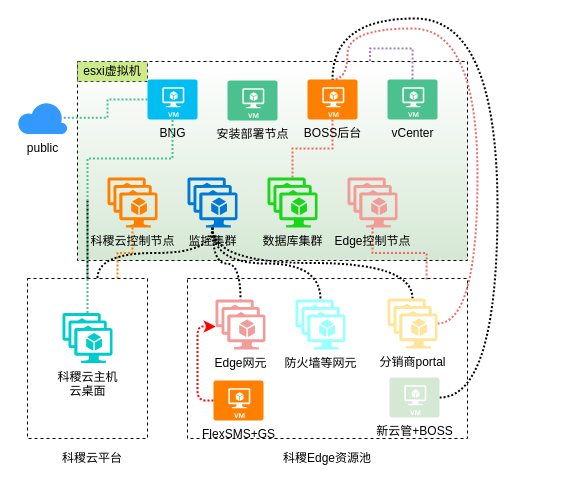
The draw.io diagram draw.io/xml/科稷资源分布图.drawio in LiuLarry/Learn, before the edit. Source tidied: cells renumbered, new cells numbered last; positions are measured from the earlier drawing's top-left corner, leaving out a move shared by most shapes. Both pictures are drawn from the tidied source at 100%, with x=0, y=0 at pixel (17, 18).
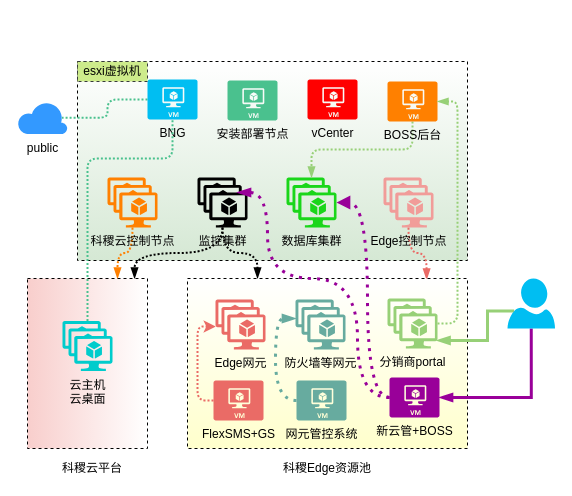
After the change.

Commit message:
更新科稷资源分布图.drawio

Unchanged cells that the change refers to:
```xml
<mxCell id="2" style="rounded=0;whiteSpace=wrap;html=1;dashed=1;fillColor=#ffffff;gradientColor=#D5E8D4;" parent="1" vertex="1">
  <mxGeometry x="60" y="43" width="390" height="199" as="geometry" />
</mxCell>
<mxCell id="4" value="科稷云控制节点" style="shadow=0;dashed=0;html=1;strokeColor=none;labelPosition=center;verticalLabelPosition=bottom;verticalAlign=top;align=center;shape=mxgraph.mscae.cloud.vm_scale_set;fillColor=#FF8000;" parent="1" vertex="1">
  <mxGeometry x="90" y="159" width="50" height="50" as="geometry" />
</mxCell>
<mxCell id="9" value="BNG" style="verticalLabelPosition=bottom;html=1;verticalAlign=top;align=center;strokeColor=none;fillColor=#00BEF2;shape=mxgraph.azure.virtual_machine;dashed=1;" parent="1" vertex="1">
  <mxGeometry x="130" y="61" width="50" height="40" as="geometry" />
</mxCell>
<mxCell id="26" value="public" style="verticalLabelPosition=bottom;html=1;verticalAlign=top;align=center;strokeColor=none;fillColor=#3399FF;shape=mxgraph.azure.cloud;dashed=1;" parent="1" vertex="1">
  <mxGeometry y="83" width="50" height="32.5" as="geometry" />
</mxCell>
```

The edit, as a diff of the source:
```diff
@@
-    <mxCell id="3" style="edgeStyle=orthogonalEdgeStyle;rounded=0;jettySize=auto;html=1;exitX=0.5;exitY=1;exitDx=0;exitDy=0;exitPerimeter=0;entryX=0.75;entryY=0;entryDx=0;entryDy=0;dashed=1;dashPattern=1 1;endArrow=none;endFill=0;strokeColor=#FF8000;strokeWidth=2;" parent="1" edge="1" source="4" target="20">
+    <mxCell id="3" style="edgeStyle=orthogonalEdgeStyle;rounded=0;jettySize=auto;html=1;exitX=0.5;exitY=1;exitDx=0;exitDy=0;exitPerimeter=0;entryX=0.75;entryY=0;entryDx=0;entryDy=0;dashed=1;dashPattern=1 1;endArrow=blockThin;endFill=1;strokeColor=#FF8000;strokeWidth=2;curved=1;" parent="1" edge="1" source="4" target="20">
       <mxGeometry relative="1" as="geometry" />
     </mxCell>
@@
-    <mxCell id="5" style="edgeStyle=orthogonalEdgeStyle;rounded=0;jettySize=auto;html=1;exitX=0.5;exitY=1;exitDx=0;exitDy=0;exitPerimeter=0;entryX=0.854;entryY=0.006;entryDx=0;entryDy=0;dashed=1;dashPattern=1 1;endArrow=none;endFill=0;strokeColor=#EA6B66;strokeWidth=2;entryPerimeter=0;" parent="1" edge="1" source="6" target="22">
+    <mxCell id="5" style="edgeStyle=orthogonalEdgeStyle;rounded=0;jettySize=auto;html=1;exitX=0.5;exitY=1;exitDx=0;exitDy=0;exitPerimeter=0;entryX=0.854;entryY=0.006;entryDx=0;entryDy=0;dashed=1;dashPattern=1 1;endArrow=blockThin;endFill=1;strokeColor=#EA6B66;strokeWidth=2;entryPerimeter=0;curved=1;" parent="1" edge="1" source="6" target="22">
       <mxGeometry relative="1" as="geometry" />
     </mxCell>
     <mxCell id="6" value="Edge控制节点" style="shadow=0;dashed=0;html=1;strokeColor=none;labelPosition=center;verticalLabelPosition=bottom;verticalAlign=top;align=center;shape=mxgraph.mscae.cloud.vm_scale_set;fillColor=#F19C99;" parent="1" vertex="1">
-      <mxGeometry x="330" y="159" width="50" height="50" as="geometry" />
+      <mxGeometry x="366" y="159" width="50" height="50" as="geometry" />
     </mxCell>
     <mxCell id="7" value="数据库集群" style="shadow=0;dashed=0;html=1;strokeColor=none;labelPosition=center;verticalLabelPosition=bottom;verticalAlign=top;align=center;shape=mxgraph.mscae.cloud.vm_scale_set;fillColor=#1AD61A;" parent="1" vertex="1">
-      <mxGeometry x="250" y="159" width="50" height="50" as="geometry" />
+      <mxGeometry x="269" y="159" width="50" height="50" as="geometry" />
     </mxCell>
-    <mxCell id="8" style="edgeStyle=orthogonalEdgeStyle;rounded=0;jettySize=auto;html=1;exitX=0;exitY=0.5;exitDx=0;exitDy=0;exitPerimeter=0;entryX=0.89;entryY=0.5;entryDx=0;entryDy=0;entryPerimeter=0;dashed=1;dashPattern=1 1;endArrow=none;endFill=0;strokeColor=#4AC18E;strokeWidth=2;" parent="1" edge="1" source="9" target="26">
+    <mxCell id="8" style="edgeStyle=orthogonalEdgeStyle;rounded=1;jettySize=auto;html=1;exitX=0;exitY=0.5;exitDx=0;exitDy=0;exitPerimeter=0;entryX=0.89;entryY=0.5;entryDx=0;entryDy=0;entryPerimeter=0;dashed=1;dashPattern=1 1;endArrow=none;endFill=0;strokeColor=#4AC18E;strokeWidth=2;" parent="1" edge="1" source="9" target="26">
       <mxGeometry relative="1" as="geometry" />
     </mxCell>
@@
-    <mxCell id="11" style="edgeStyle=orthogonalEdgeStyle;rounded=0;jettySize=auto;html=1;exitX=0.5;exitY=1;exitDx=0;exitDy=0;exitPerimeter=0;entryX=0.5;entryY=0;entryDx=0;entryDy=0;entryPerimeter=0;dashed=1;dashPattern=1 1;endArrow=none;endFill=0;strokeColor=#EA6B66;strokeWidth=2;" parent="1" edge="1" source="12" target="7">
+    <mxCell id="11" style="edgeStyle=orthogonalEdgeStyle;rounded=1;jettySize=auto;html=1;exitX=0.5;exitY=1;exitDx=0;exitDy=0;exitPerimeter=0;entryX=0.5;entryY=0;entryDx=0;entryDy=0;entryPerimeter=0;dashed=1;dashPattern=1 1;endArrow=blockThin;endFill=1;strokeColor=#97D077;strokeWidth=2;" parent="1" edge="1" source="12" target="7">
       <mxGeometry relative="1" as="geometry" />
     </mxCell>
     <mxCell id="12" value="BOSS后台" style="verticalLabelPosition=bottom;html=1;verticalAlign=top;align=center;strokeColor=none;fillColor=#FF8000;shape=mxgraph.azure.virtual_machine;dashed=1;" parent="1" vertex="1">
-      <mxGeometry x="290" y="61" width="50" height="40" as="geometry" />
+      <mxGeometry x="370" y="63" width="50" height="40" as="geometry" />
     </mxCell>
-    <mxCell id="13" style="edgeStyle=orthogonalEdgeStyle;curved=1;rounded=0;jettySize=auto;html=1;exitX=0.5;exitY=1;exitDx=0;exitDy=0;exitPerimeter=0;entryX=0.5;entryY=0;entryDx=0;entryDy=0;entryPerimeter=0;dashed=1;dashPattern=1 1;endArrow=none;endFill=0;strokeColor=#000000;strokeWidth=2;" parent="1" edge="1" source="17" target="31">
-      <mxGeometry relative="1" as="geometry" />
-    </mxCell>
-    <mxCell id="14" style="edgeStyle=orthogonalEdgeStyle;curved=1;rounded=0;jettySize=auto;html=1;exitX=0.5;exitY=1;exitDx=0;exitDy=0;exitPerimeter=0;entryX=0.5;entryY=0;entryDx=0;entryDy=0;entryPerimeter=0;dashed=1;dashPattern=1 1;endArrow=none;endFill=0;strokeColor=#000000;strokeWidth=2;" parent="1" edge="1" source="17" target="32">
+    <mxCell id="14" style="edgeStyle=orthogonalEdgeStyle;curved=1;rounded=0;jettySize=auto;html=1;exitX=0.5;exitY=1;exitDx=0;exitDy=0;exitPerimeter=0;dashed=1;dashPattern=1 1;endArrow=blockThin;endFill=1;strokeColor=#000000;strokeWidth=2;entryX=0.25;entryY=0;entryDx=0;entryDy=0;" parent="1" edge="1" source="17" target="22">
       <mxGeometry relative="1" as="geometry" />
     </mxCell>
-    <mxCell id="15" style="edgeStyle=orthogonalEdgeStyle;curved=1;rounded=0;jettySize=auto;html=1;exitX=0.5;exitY=1;exitDx=0;exitDy=0;exitPerimeter=0;entryX=0.5;entryY=0;entryDx=0;entryDy=0;entryPerimeter=0;dashed=1;dashPattern=1 1;endArrow=none;endFill=0;strokeColor=#000000;strokeWidth=2;" parent="1" edge="1" source="17" target="30">
-      <mxGeometry relative="1" as="geometry" />
-    </mxCell>
-    <mxCell id="16" style="edgeStyle=orthogonalEdgeStyle;curved=1;rounded=0;jettySize=auto;html=1;exitX=0.5;exitY=1;exitDx=0;exitDy=0;exitPerimeter=0;entryX=0.583;entryY=0;entryDx=0;entryDy=0;dashed=1;dashPattern=1 1;endArrow=none;endFill=0;strokeColor=#000000;strokeWidth=2;entryPerimeter=0;" parent="1" edge="1" source="17" target="20">
+    <mxCell id="16" style="edgeStyle=orthogonalEdgeStyle;curved=1;rounded=0;jettySize=auto;html=1;exitX=0.5;exitY=1;exitDx=0;exitDy=0;exitPerimeter=0;entryX=0.892;entryY=0;entryDx=0;entryDy=0;dashed=1;dashPattern=1 1;endArrow=blockThin;endFill=1;strokeColor=#000000;strokeWidth=2;entryPerimeter=0;" parent="1" edge="1" source="17" target="20">
       <mxGeometry relative="1" as="geometry" />
     </mxCell>
-    <mxCell id="17" value="监控集群" style="shadow=0;dashed=0;html=1;strokeColor=none;labelPosition=center;verticalLabelPosition=bottom;verticalAlign=top;align=center;shape=mxgraph.mscae.cloud.vm_scale_set;fillColor=#0079D6;" parent="1" vertex="1">
-      <mxGeometry x="170" y="159" width="50" height="50" as="geometry" />
+    <mxCell id="17" value="监控集群" style="shadow=0;dashed=0;html=1;strokeColor=none;labelPosition=center;verticalLabelPosition=bottom;verticalAlign=top;align=center;shape=mxgraph.mscae.cloud.vm_scale_set;fillColor=#000000;" parent="1" vertex="1">
+      <mxGeometry x="180" y="159" width="50" height="50" as="geometry" />
     </mxCell>
@@
-    <mxCell id="19" style="edgeStyle=orthogonalEdgeStyle;curved=1;rounded=0;jettySize=auto;html=1;dashed=1;dashPattern=1 1;endArrow=none;endFill=0;strokeColor=#000000;strokeWidth=2;" parent="1" edge="1" source="20">
-      <mxGeometry relative="1" as="geometry">
-        <mxPoint x="70" y="180" as="targetPoint" />
-      </mxGeometry>
-    </mxCell>
-    <mxCell id="20" style="rounded=0;whiteSpace=wrap;html=1;dashed=1;fillColor=none;" parent="1" vertex="1">
-      <mxGeometry x="10" y="260" width="120" height="160" as="geometry" />
+    <mxCell id="20" style="rounded=0;whiteSpace=wrap;html=1;dashed=1;fillColor=#ffffff;gradientColor=#F8CECC;gradientDirection=west;" parent="1" vertex="1">
+      <mxGeometry x="10" y="260" width="120" height="170" as="geometry" />
     </mxCell>
     <mxCell id="21" value="科稷云平台" style="text;html=1;strokeColor=none;fillColor=none;align=center;verticalAlign=middle;whiteSpace=wrap;rounded=0;dashed=1;" parent="1" vertex="1">
-      <mxGeometry x="40" y="430" width="70" height="20" as="geometry" />
+      <mxGeometry x="40" y="440" width="70" height="20" as="geometry" />
     </mxCell>
-    <mxCell id="22" style="rounded=0;whiteSpace=wrap;html=1;dashed=1;fillColor=none;" parent="1" vertex="1">
-      <mxGeometry x="170" y="260" width="280" height="160" as="geometry" />
+    <mxCell id="22" style="rounded=0;whiteSpace=wrap;html=1;dashed=1;fillColor=#ffffff;gradientColor=#FFFFCC;" parent="1" vertex="1">
+      <mxGeometry x="170" y="260" width="280" height="170" as="geometry" />
     </mxCell>
     <mxCell id="23" value="科稷Edge资源池" style="text;html=1;strokeColor=none;fillColor=none;align=center;verticalAlign=middle;whiteSpace=wrap;rounded=0;dashed=1;" parent="1" vertex="1">
-      <mxGeometry x="250" y="430" width="120" height="20" as="geometry" />
+      <mxGeometry x="250" y="440" width="120" height="20" as="geometry" />
     </mxCell>
-    <mxCell id="24" style="edgeStyle=orthogonalEdgeStyle;rounded=0;jettySize=auto;html=1;exitX=0.5;exitY=0;exitDx=0;exitDy=0;exitPerimeter=0;entryX=0.5;entryY=1;entryDx=0;entryDy=0;entryPerimeter=0;dashed=1;dashPattern=1 1;endArrow=none;endFill=0;strokeColor=#4AC18E;strokeWidth=2;" parent="1" edge="1" source="25" target="9">
+    <mxCell id="24" style="edgeStyle=orthogonalEdgeStyle;jettySize=auto;html=1;exitX=0.5;exitY=0;exitDx=0;exitDy=0;exitPerimeter=0;entryX=0.5;entryY=1;entryDx=0;entryDy=0;entryPerimeter=0;dashed=1;dashPattern=1 1;endArrow=none;endFill=0;strokeColor=#4AC18E;strokeWidth=2;rounded=1;" parent="1" edge="1" source="25" target="9">
       <mxGeometry relative="1" as="geometry">
         <Array as="points">
           <mxPoint x="70" y="140" />
           <mxPoint x="155" y="140" />
         </Array>
       </mxGeometry>
     </mxCell>
-    <mxCell id="25" value="科稷云主机&lt;br&gt;云桌面&lt;br&gt;" style="shadow=0;dashed=0;html=1;strokeColor=none;labelPosition=center;verticalLabelPosition=bottom;verticalAlign=top;align=center;shape=mxgraph.mscae.cloud.vm_scale_set;fillColor=#00CCCC;" parent="1" vertex="1">
-      <mxGeometry x="45" y="294.5" width="50" height="50" as="geometry" />
+    <mxCell id="25" value="云主机&lt;br&gt;云桌面&lt;br&gt;" style="shadow=0;dashed=0;html=1;strokeColor=none;labelPosition=center;verticalLabelPosition=bottom;verticalAlign=top;align=center;shape=mxgraph.mscae.cloud.vm_scale_set;fillColor=#00CCCC;" parent="1" vertex="1">
+      <mxGeometry x="45" y="302.5" width="50" height="50" as="geometry" />
     </mxCell>
@@
-    <mxCell id="27" style="edgeStyle=orthogonalEdgeStyle;rounded=0;jettySize=auto;html=1;exitX=0.5;exitY=0;exitDx=0;exitDy=0;exitPerimeter=0;entryX=0.75;entryY=0;entryDx=0;entryDy=0;dashed=1;dashPattern=1 1;endArrow=none;endFill=0;strokeColor=#A680B8;strokeWidth=2;" parent="1" edge="1" source="28" target="2">
-      <mxGeometry relative="1" as="geometry">
-        <Array as="points">
-          <mxPoint x="395" y="30" />
-          <mxPoint x="353" y="30" />
-        </Array>
-      </mxGeometry>
-    </mxCell>
-    <mxCell id="28" value="vCenter" style="verticalLabelPosition=bottom;html=1;verticalAlign=top;align=center;strokeColor=none;fillColor=#4AC18E;shape=mxgraph.azure.virtual_machine;dashed=1;" parent="1" vertex="1">
-      <mxGeometry x="370" y="61" width="50" height="40" as="geometry" />
+    <mxCell id="28" value="vCenter" style="verticalLabelPosition=bottom;html=1;verticalAlign=top;align=center;strokeColor=none;fillColor=#FF0000;shape=mxgraph.azure.virtual_machine;dashed=1;" parent="1" vertex="1">
+      <mxGeometry x="290" y="61" width="50" height="40" as="geometry" />
     </mxCell>
-    <mxCell id="29" style="edgeStyle=orthogonalEdgeStyle;rounded=0;jettySize=auto;html=1;exitX=1;exitY=0.5;exitDx=0;exitDy=0;exitPerimeter=0;entryX=0.5;entryY=0;entryDx=0;entryDy=0;entryPerimeter=0;dashed=1;dashPattern=1 1;endArrow=none;endFill=0;strokeColor=#EA6B66;strokeWidth=2;curved=1;" parent="1" edge="1" source="30" target="12">
+    <mxCell id="29" style="edgeStyle=orthogonalEdgeStyle;rounded=1;jettySize=auto;html=1;exitX=1;exitY=0.5;exitDx=0;exitDy=0;exitPerimeter=0;dashed=1;dashPattern=1 1;endArrow=blockThin;endFill=1;strokeColor=#97D077;strokeWidth=2;" parent="1" edge="1" source="30">
       <mxGeometry relative="1" as="geometry">
+        <mxPoint x="420" y="83" as="targetPoint" />
         <Array as="points">
-          <mxPoint x="460" y="305" />
-          <mxPoint x="460" y="10" />
-          <mxPoint x="330" y="10" />
-          <mxPoint x="330" y="61" />
+          <mxPoint x="440" y="305" />
+          <mxPoint x="440" y="83" />
         </Array>
       </mxGeometry>
     </mxCell>
-    <mxCell id="30" value="分销商portal" style="shadow=0;dashed=0;html=1;strokeColor=none;labelPosition=center;verticalLabelPosition=bottom;verticalAlign=top;align=center;shape=mxgraph.mscae.cloud.vm_scale_set;fillColor=#FFE599;" parent="1" vertex="1">
+    <mxCell id="30" value="分销商portal" style="shadow=0;dashed=0;html=1;strokeColor=none;labelPosition=center;verticalLabelPosition=bottom;verticalAlign=top;align=center;shape=mxgraph.mscae.cloud.vm_scale_set;fillColor=#97D077;" parent="1" vertex="1">
       <mxGeometry x="370" y="280" width="50" height="50" as="geometry" />
     </mxCell>
-    <mxCell id="31" value="Edge网元" style="shadow=0;dashed=0;html=1;strokeColor=none;labelPosition=center;verticalLabelPosition=bottom;verticalAlign=top;align=center;shape=mxgraph.mscae.cloud.vm_scale_set;fillColor=#F19C99;" parent="1" vertex="1">
+    <mxCell id="31" value="Edge网元" style="shadow=0;dashed=0;html=1;strokeColor=none;labelPosition=center;verticalLabelPosition=bottom;verticalAlign=top;align=center;shape=mxgraph.mscae.cloud.vm_scale_set;fillColor=#EA6B66;" parent="1" vertex="1">
       <mxGeometry x="198" y="281" width="50" height="50" as="geometry" />
     </mxCell>
-    <mxCell id="32" value="防火墙等网元" style="shadow=0;dashed=0;html=1;strokeColor=none;labelPosition=center;verticalLabelPosition=bottom;verticalAlign=top;align=center;shape=mxgraph.mscae.cloud.vm_scale_set;fillColor=#99FFFF;" parent="1" vertex="1">
+    <mxCell id="32" value="防火墙等网元" style="shadow=0;dashed=0;html=1;strokeColor=none;labelPosition=center;verticalLabelPosition=bottom;verticalAlign=top;align=center;shape=mxgraph.mscae.cloud.vm_scale_set;fillColor=#67AB9F;" parent="1" vertex="1">
       <mxGeometry x="278" y="281" width="50" height="50" as="geometry" />
     </mxCell>
-    <mxCell id="33" style="edgeStyle=orthogonalEdgeStyle;curved=1;rounded=0;jettySize=auto;html=1;exitX=1;exitY=0.5;exitDx=0;exitDy=0;exitPerimeter=0;entryX=0.5;entryY=0;entryDx=0;entryDy=0;entryPerimeter=0;dashed=1;dashPattern=1 1;endArrow=none;endFill=0;strokeColor=#000000;strokeWidth=2;" parent="1" edge="1" source="34" target="12">
-      <mxGeometry relative="1" as="geometry">
-        <Array as="points">
-          <mxPoint x="480" y="379" />
-          <mxPoint x="480" />
-          <mxPoint x="315" />
-        </Array>
-      </mxGeometry>
-    </mxCell>
+    <mxCell id="37" style="edgeStyle=orthogonalEdgeStyle;rounded=0;jettySize=auto;html=1;exitX=0;exitY=0.5;exitDx=0;exitDy=0;exitPerimeter=0;entryX=1;entryY=0.5;entryDx=0;entryDy=0;entryPerimeter=0;endArrow=block;endFill=1;strokeWidth=3;dashed=1;dashPattern=1 2;strokeColor=#990099;curved=1;" parent="1" edge="1" source="34" target="7">
+      <mxGeometry relative="1" as="geometry">
+        <Array as="points">
+          <mxPoint x="350" y="379" />
+          <mxPoint x="350" y="184" />
+        </Array>
+      </mxGeometry>
+    </mxCell>
+    <mxCell id="38" style="edgeStyle=orthogonalEdgeStyle;rounded=1;jettySize=auto;html=1;exitX=0;exitY=0.5;exitDx=0;exitDy=0;exitPerimeter=0;entryX=0.8;entryY=0.3;entryDx=0;entryDy=0;entryPerimeter=0;dashed=1;dashPattern=1 2;endArrow=blockThin;endFill=1;strokeColor=#990099;strokeWidth=3;curved=1;" parent="1" edge="1" source="34" target="17">
+      <mxGeometry relative="1" as="geometry">
+        <Array as="points">
+          <mxPoint x="340" y="379" />
+          <mxPoint x="340" y="260" />
+          <mxPoint x="250" y="260" />
+          <mxPoint x="250" y="174" />
+        </Array>
+      </mxGeometry>
+    </mxCell>
-    <mxCell id="34" value="新云管+BOSS" style="verticalLabelPosition=bottom;html=1;verticalAlign=top;align=center;strokeColor=none;fillColor=#D5E8D4;shape=mxgraph.azure.virtual_machine;dashed=1;" parent="1" vertex="1">
+    <mxCell id="34" value="新云管+BOSS" style="verticalLabelPosition=bottom;html=1;verticalAlign=top;align=center;strokeColor=none;fillColor=#990099;shape=mxgraph.azure.virtual_machine;dashed=1;" parent="1" vertex="1">
       <mxGeometry x="372" y="359" width="50" height="40" as="geometry" />
     </mxCell>
-    <mxCell id="35" style="rounded=1;jettySize=auto;html=1;exitX=0;exitY=0.5;exitDx=0;exitDy=0;exitPerimeter=0;entryX=0.005;entryY=0.54;entryDx=0;entryDy=0;entryPerimeter=0;endArrow=classic;endFill=1;strokeColor=#FF0000;strokeWidth=2;dashed=1;dashPattern=1 1;edgeStyle=orthogonalEdgeStyle;" parent="1" edge="1" source="36" target="31">
+    <mxCell id="35" style="rounded=1;jettySize=auto;html=1;exitX=0;exitY=0.5;exitDx=0;exitDy=0;exitPerimeter=0;entryX=0.005;entryY=0.54;entryDx=0;entryDy=0;entryPerimeter=0;endArrow=classic;endFill=1;strokeColor=#EA6B66;strokeWidth=2;dashed=1;dashPattern=1 1;edgeStyle=orthogonalEdgeStyle;" parent="1" edge="1" source="36" target="31">
       <mxGeometry relative="1" as="geometry">
         <Array as="points">
           <mxPoint x="180" y="382" />
           <mxPoint x="180" y="308" />
         </Array>
       </mxGeometry>
     </mxCell>
-    <mxCell id="36" value="FlexSMS+GS" style="verticalLabelPosition=bottom;html=1;verticalAlign=top;align=center;strokeColor=none;fillColor=#FF8000;shape=mxgraph.azure.virtual_machine;dashed=1;" parent="1" vertex="1">
+    <mxCell id="36" value="FlexSMS+GS" style="verticalLabelPosition=bottom;html=1;verticalAlign=top;align=center;strokeColor=none;fillColor=#EA6B66;shape=mxgraph.azure.virtual_machine;dashed=1;" parent="1" vertex="1">
       <mxGeometry x="196" y="362" width="50" height="40" as="geometry" />
     </mxCell>
+    <mxCell id="39" style="edgeStyle=orthogonalEdgeStyle;curved=1;rounded=1;jettySize=auto;html=1;exitX=0;exitY=0.5;exitDx=0;exitDy=0;exitPerimeter=0;entryX=0;entryY=0.38;entryDx=0;entryDy=0;entryPerimeter=0;dashed=1;dashPattern=1 2;endArrow=blockThin;endFill=1;strokeColor=#67AB9F;strokeWidth=3;" parent="1" edge="1" source="40" target="32">
+      <mxGeometry relative="1" as="geometry" />
+    </mxCell>
+    <mxCell id="40" value="网元管控系统" style="verticalLabelPosition=bottom;html=1;verticalAlign=top;align=center;strokeColor=none;fillColor=#67AB9F;shape=mxgraph.azure.virtual_machine;dashed=1;" parent="1" vertex="1">
+      <mxGeometry x="279" y="362" width="50" height="40" as="geometry" />
+    </mxCell>
+    <mxCell id="41" style="edgeStyle=orthogonalEdgeStyle;rounded=0;jettySize=auto;html=1;exitX=0.5;exitY=1;exitDx=0;exitDy=0;exitPerimeter=0;entryX=1;entryY=0.5;entryDx=0;entryDy=0;entryPerimeter=0;endArrow=blockThin;endFill=1;strokeColor=#990099;strokeWidth=3;" parent="1" edge="1" source="43" target="34">
+      <mxGeometry relative="1" as="geometry" />
+    </mxCell>
+    <mxCell id="42" style="edgeStyle=orthogonalEdgeStyle;rounded=0;jettySize=auto;html=1;exitX=0.14;exitY=0.65;exitDx=0;exitDy=0;exitPerimeter=0;entryX=0.99;entryY=0.84;entryDx=0;entryDy=0;entryPerimeter=0;endArrow=blockThin;endFill=1;strokeColor=#97D077;strokeWidth=3;" parent="1" edge="1" source="43" target="30">
+      <mxGeometry relative="1" as="geometry">
+        <Array as="points">
+          <mxPoint x="470" y="293" />
+          <mxPoint x="470" y="322" />
+        </Array>
+      </mxGeometry>
+    </mxCell>
+    <mxCell id="43" style="verticalLabelPosition=bottom;html=1;verticalAlign=top;align=center;strokeColor=none;fillColor=#00BEF2;shape=mxgraph.azure.user;" parent="1" vertex="1">
+      <mxGeometry x="490" y="260" width="47.5" height="50" as="geometry" />
+    </mxCell>
```
